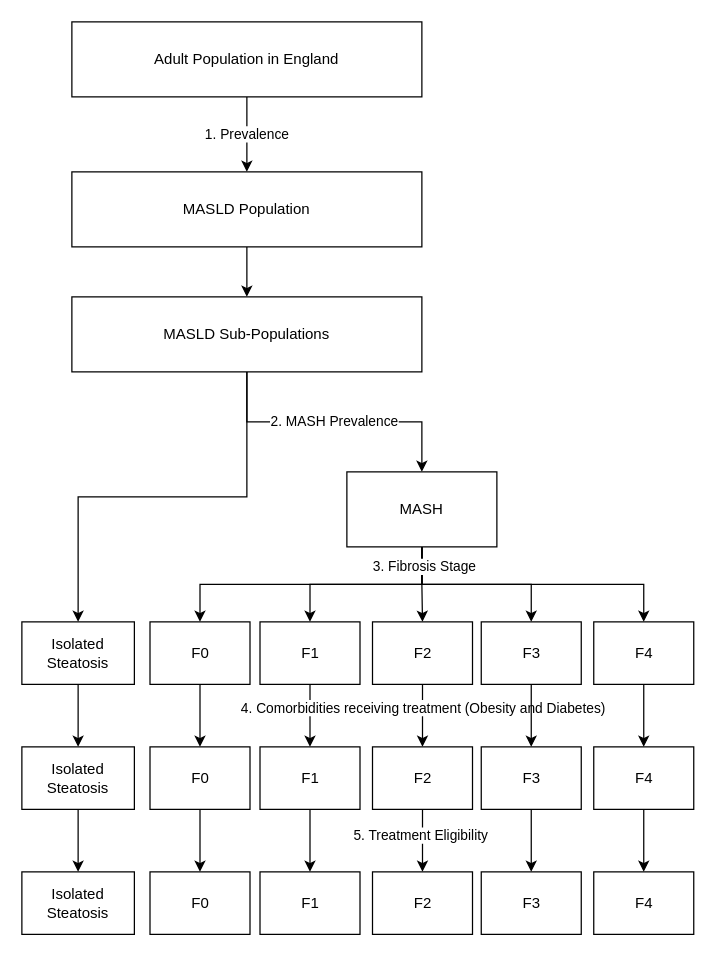
Earlier version of the draw.io diagram documentation/specification/masld_treatment_modelling_plan.drawio (NHS-Transformation-Unit/masld_treatments_model). Source tidied: cells renumbered, new cells numbered last; positions are measured from the earlier drawing's top-left corner, leaving out a move shared by most shapes. Both pictures are drawn from the tidied source at 125%, with x=0, y=0 at pixel (21, 21).
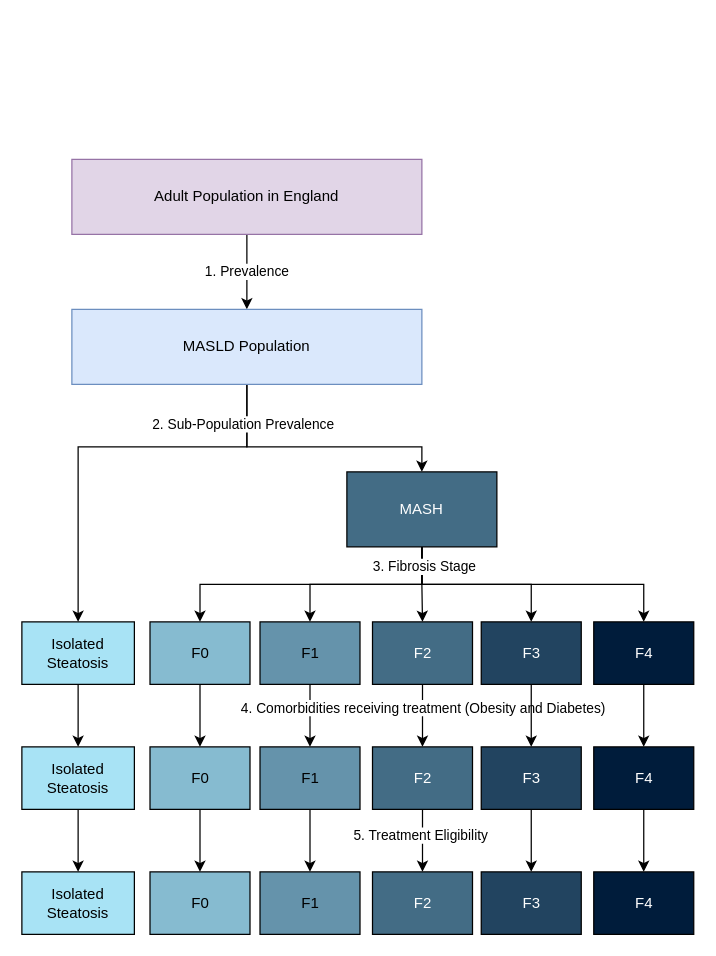
The same diagram, later.

Change to the diagram source:
```diff
@@
-    <mxCell id="3" value="Adult Population in England" style="rounded=0;whiteSpace=wrap;html=1;" parent="1" vertex="1">
-      <mxGeometry x="40" width="280" height="60" as="geometry" />
+    <mxCell id="3" value="Adult Population in England" style="rounded=0;whiteSpace=wrap;html=1;fillColor=#e1d5e7;strokeColor=#9673a6;" parent="1" vertex="1">
+      <mxGeometry x="40" y="110" width="280" height="60" as="geometry" />
     </mxCell>
-    <mxCell id="4" style="edgeStyle=orthogonalEdgeStyle;rounded=0;jettySize=auto;html=1;" parent="1" edge="1" source="5" target="8">
-      <mxGeometry relative="1" as="geometry" />
-    </mxCell>
+    <mxCell id="48" style="edgeStyle=orthogonalEdgeStyle;rounded=0;jettySize=auto;html=1;entryX=0.5;entryY=0;entryDx=0;entryDy=0;" parent="1" edge="1" source="5" target="17">
+      <mxGeometry relative="1" as="geometry">
+        <Array as="points">
+          <mxPoint x="180" y="340" />
+          <mxPoint x="320" y="340" />
+        </Array>
+      </mxGeometry>
+    </mxCell>
+    <mxCell id="49" style="edgeStyle=orthogonalEdgeStyle;rounded=0;jettySize=auto;html=1;entryX=0.5;entryY=0;entryDx=0;entryDy=0;" parent="1" edge="1" source="5" target="10">
+      <mxGeometry relative="1" as="geometry">
+        <Array as="points">
+          <mxPoint x="180" y="340" />
+          <mxPoint x="45" y="340" />
+        </Array>
+      </mxGeometry>
+    </mxCell>
+    <mxCell id="50" value="2. Sub-Population Prevalence" style="edgeLabel;html=1;align=center;verticalAlign=middle;" parent="49" vertex="1">
+      <mxGeometry x="-0.81" y="-4" relative="1" as="geometry" />
+    </mxCell>
-    <mxCell id="5" value="MASLD Population" style="rounded=0;whiteSpace=wrap;html=1;" parent="1" vertex="1">
-      <mxGeometry x="40" y="120" width="280" height="60" as="geometry" />
+    <mxCell id="5" value="MASLD Population" style="rounded=0;whiteSpace=wrap;html=1;fillColor=#dae8fc;strokeColor=#6c8ebf;" parent="1" vertex="1">
+      <mxGeometry x="40" y="230" width="280" height="60" as="geometry" />
     </mxCell>
-    <mxCell id="6" style="edgeStyle=orthogonalEdgeStyle;rounded=0;jettySize=auto;html=1;" parent="1" edge="1" source="8" target="10">
-      <mxGeometry relative="1" as="geometry" />
-    </mxCell>
-    <mxCell id="7" value="2. MASH Prevalence" style="edgeStyle=orthogonalEdgeStyle;rounded=0;jettySize=auto;html=1;" parent="1" edge="1" source="8" target="17">
-      <mxGeometry relative="1" as="geometry" />
-    </mxCell>
-    <mxCell id="8" value="MASLD Sub-Populations" style="rounded=0;whiteSpace=wrap;html=1;" parent="1" vertex="1">
-      <mxGeometry x="40" y="220" width="280" height="60" as="geometry" />
-    </mxCell>
@@
-    <mxCell id="10" value="Isolated Steatosis" style="rounded=0;whiteSpace=wrap;html=1;" parent="1" vertex="1">
+    <mxCell id="10" value="Isolated Steatosis" style="rounded=0;whiteSpace=wrap;html=1;fillColor=#A8E3F5;" parent="1" vertex="1">
       <mxGeometry y="480" width="90" height="50" as="geometry" />
     </mxCell>
@@
-    <mxCell id="17" value="MASH" style="rounded=0;whiteSpace=wrap;html=1;" parent="1" vertex="1">
+    <mxCell id="17" value="MASH" style="rounded=0;whiteSpace=wrap;html=1;fillColor=#436C85;fontColor=#FFFFFF;" parent="1" vertex="1">
       <mxGeometry x="260" y="360" width="120" height="60" as="geometry" />
     </mxCell>
@@
-    <mxCell id="19" value="F0" style="rounded=0;whiteSpace=wrap;html=1;" parent="1" vertex="1">
+    <mxCell id="19" value="F0" style="rounded=0;whiteSpace=wrap;html=1;fillColor=#86BBD0;" parent="1" vertex="1">
       <mxGeometry x="102.5" y="480" width="80" height="50" as="geometry" />
     </mxCell>
@@
-    <mxCell id="21" value="F1" style="rounded=0;whiteSpace=wrap;html=1;" parent="1" vertex="1">
+    <mxCell id="21" value="F1" style="rounded=0;whiteSpace=wrap;html=1;fillColor=#6593AB;" parent="1" vertex="1">
       <mxGeometry x="190.5" y="480" width="80" height="50" as="geometry" />
     </mxCell>
@@
-    <mxCell id="24" value="F2" style="rounded=0;whiteSpace=wrap;html=1;" parent="1" vertex="1">
+    <mxCell id="24" value="F2" style="rounded=0;whiteSpace=wrap;html=1;fillColor=#436C85;fontColor=#FFFFFF;" parent="1" vertex="1">
       <mxGeometry x="280.5" y="480" width="80" height="50" as="geometry" />
     </mxCell>
@@
-    <mxCell id="26" value="F3" style="rounded=0;whiteSpace=wrap;html=1;" parent="1" vertex="1">
+    <mxCell id="26" value="F3" style="rounded=0;whiteSpace=wrap;html=1;fillColor=#224460;fontColor=#FFFFFF;" parent="1" vertex="1">
       <mxGeometry x="367.5" y="480" width="80" height="50" as="geometry" />
     </mxCell>
@@
-    <mxCell id="28" value="F4" style="rounded=0;whiteSpace=wrap;html=1;" parent="1" vertex="1">
+    <mxCell id="28" value="F4" style="rounded=0;whiteSpace=wrap;html=1;fillColor=#001C3B;fontColor=#FFFFFF;" parent="1" vertex="1">
       <mxGeometry x="457.5" y="480" width="80" height="50" as="geometry" />
     </mxCell>
@@
-    <mxCell id="30" value="Isolated Steatosis" style="rounded=0;whiteSpace=wrap;html=1;" parent="1" vertex="1">
+    <mxCell id="30" value="Isolated Steatosis" style="rounded=0;whiteSpace=wrap;html=1;fillColor=#A8E3F5;" parent="1" vertex="1">
       <mxGeometry y="580" width="90" height="50" as="geometry" />
     </mxCell>
@@
-    <mxCell id="32" value="F0" style="rounded=0;whiteSpace=wrap;html=1;" parent="1" vertex="1">
+    <mxCell id="32" value="F0" style="rounded=0;whiteSpace=wrap;html=1;fillColor=#86BBD0;" parent="1" vertex="1">
       <mxGeometry x="102.5" y="580" width="80" height="50" as="geometry" />
     </mxCell>
@@
-    <mxCell id="34" value="F1" style="rounded=0;whiteSpace=wrap;html=1;" parent="1" vertex="1">
+    <mxCell id="34" value="F1" style="rounded=0;whiteSpace=wrap;html=1;fillColor=#6593AB;" parent="1" vertex="1">
       <mxGeometry x="190.5" y="580" width="80" height="50" as="geometry" />
     </mxCell>
@@
-    <mxCell id="37" value="F2" style="rounded=0;whiteSpace=wrap;html=1;" parent="1" vertex="1">
+    <mxCell id="37" value="F2" style="rounded=0;whiteSpace=wrap;html=1;fillColor=#436C85;fontColor=#FFFFFF;" parent="1" vertex="1">
       <mxGeometry x="280.5" y="580" width="80" height="50" as="geometry" />
     </mxCell>
@@
-    <mxCell id="39" value="F3" style="rounded=0;whiteSpace=wrap;html=1;" parent="1" vertex="1">
+    <mxCell id="39" value="F3" style="rounded=0;whiteSpace=wrap;html=1;fillColor=#224460;fontColor=#FFFFFF;" parent="1" vertex="1">
       <mxGeometry x="367.5" y="580" width="80" height="50" as="geometry" />
     </mxCell>
@@
-    <mxCell id="41" value="F4" style="rounded=0;whiteSpace=wrap;html=1;" parent="1" vertex="1">
+    <mxCell id="41" value="F4" style="rounded=0;whiteSpace=wrap;html=1;fillColor=#001C3B;fontColor=#FFFFFF;" parent="1" vertex="1">
       <mxGeometry x="457.5" y="580" width="80" height="50" as="geometry" />
     </mxCell>
-    <mxCell id="42" value="Isolated Steatosis" style="rounded=0;whiteSpace=wrap;html=1;" parent="1" vertex="1">
+    <mxCell id="42" value="Isolated Steatosis" style="rounded=0;whiteSpace=wrap;html=1;fillColor=#A8E3F5;" parent="1" vertex="1">
       <mxGeometry y="680" width="90" height="50" as="geometry" />
     </mxCell>
-    <mxCell id="43" value="F0" style="rounded=0;whiteSpace=wrap;html=1;" parent="1" vertex="1">
+    <mxCell id="43" value="F0" style="rounded=0;whiteSpace=wrap;html=1;fillColor=#86BBD0;" parent="1" vertex="1">
       <mxGeometry x="102.5" y="680" width="80" height="50" as="geometry" />
     </mxCell>
-    <mxCell id="44" value="F1" style="rounded=0;whiteSpace=wrap;html=1;" parent="1" vertex="1">
+    <mxCell id="44" value="F1" style="rounded=0;whiteSpace=wrap;html=1;fillColor=#6593AB;" parent="1" vertex="1">
       <mxGeometry x="190.5" y="680" width="80" height="50" as="geometry" />
     </mxCell>
-    <mxCell id="45" value="F2" style="rounded=0;whiteSpace=wrap;html=1;" parent="1" vertex="1">
+    <mxCell id="45" value="F2" style="rounded=0;whiteSpace=wrap;html=1;fillColor=#436C85;fontColor=#FFFFFF;" parent="1" vertex="1">
       <mxGeometry x="280.5" y="680" width="80" height="50" as="geometry" />
     </mxCell>
-    <mxCell id="46" value="F3" style="rounded=0;whiteSpace=wrap;html=1;" parent="1" vertex="1">
+    <mxCell id="46" value="F3" style="rounded=0;whiteSpace=wrap;html=1;fillColor=#224460;fontColor=#FFFFFF;" parent="1" vertex="1">
       <mxGeometry x="367.5" y="680" width="80" height="50" as="geometry" />
     </mxCell>
-    <mxCell id="47" value="F4" style="rounded=0;whiteSpace=wrap;html=1;" parent="1" vertex="1">
+    <mxCell id="47" value="F4" style="rounded=0;whiteSpace=wrap;html=1;fillColor=#001C3B;fontColor=#FFFFFF;" parent="1" vertex="1">
       <mxGeometry x="457.5" y="680" width="80" height="50" as="geometry" />
     </mxCell>
```
